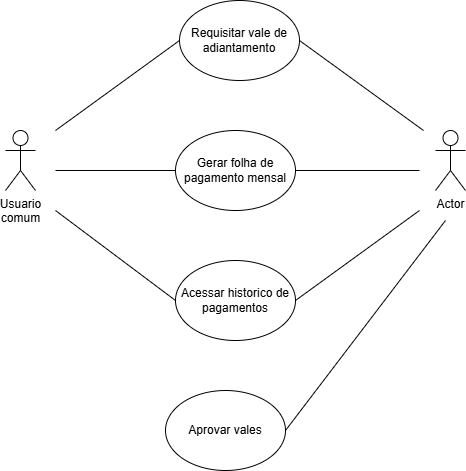
Lucas-RDV/TCC keeps this draw.io diagram as Primeiro Semestre/casos de uso TCC-caso de uso especifico 2 - folha de pagamento.drawio.png. Above is the earlier version. Source tidied: cells renumbered, new cells last; positions are measured from the earlier drawing's top-left corner, leaving out a move shared by most shapes.
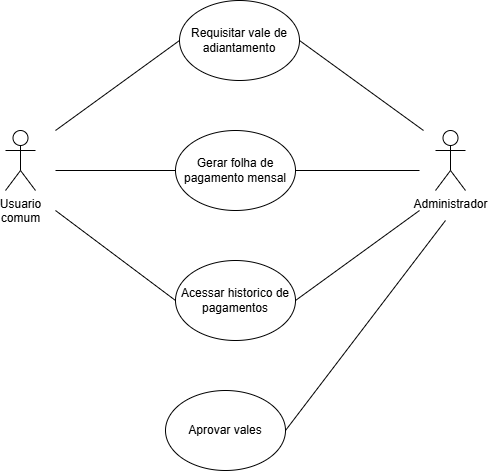
After the change.

Commit message:
diagrama de classes 1.0

The edit, as a diff of the source:
```diff
@@ -14,7 +14,7 @@
     <mxCell id="5" value="Requisitar vale de adiantamento" style="ellipse;whiteSpace=wrap;html=1;" parent="1" vertex="1">
       <mxGeometry x="174" width="120" height="80" as="geometry" />
     </mxCell>
-    <mxCell id="6" value="Actor" style="shape=umlActor;verticalLabelPosition=bottom;verticalAlign=top;html=1;" parent="1" vertex="1">
+    <mxCell id="6" value="Administrador" style="shape=umlActor;verticalLabelPosition=bottom;verticalAlign=top;html=1;" parent="1" vertex="1">
       <mxGeometry x="430" y="130" width="30" height="60" as="geometry" />
     </mxCell>
     <mxCell id="7" style="rounded=0;jettySize=auto;html=1;exitX=1;exitY=0.5;exitDx=0;exitDy=0;endArrow=none;startFill=0;" parent="1" edge="1" source="8">
```
